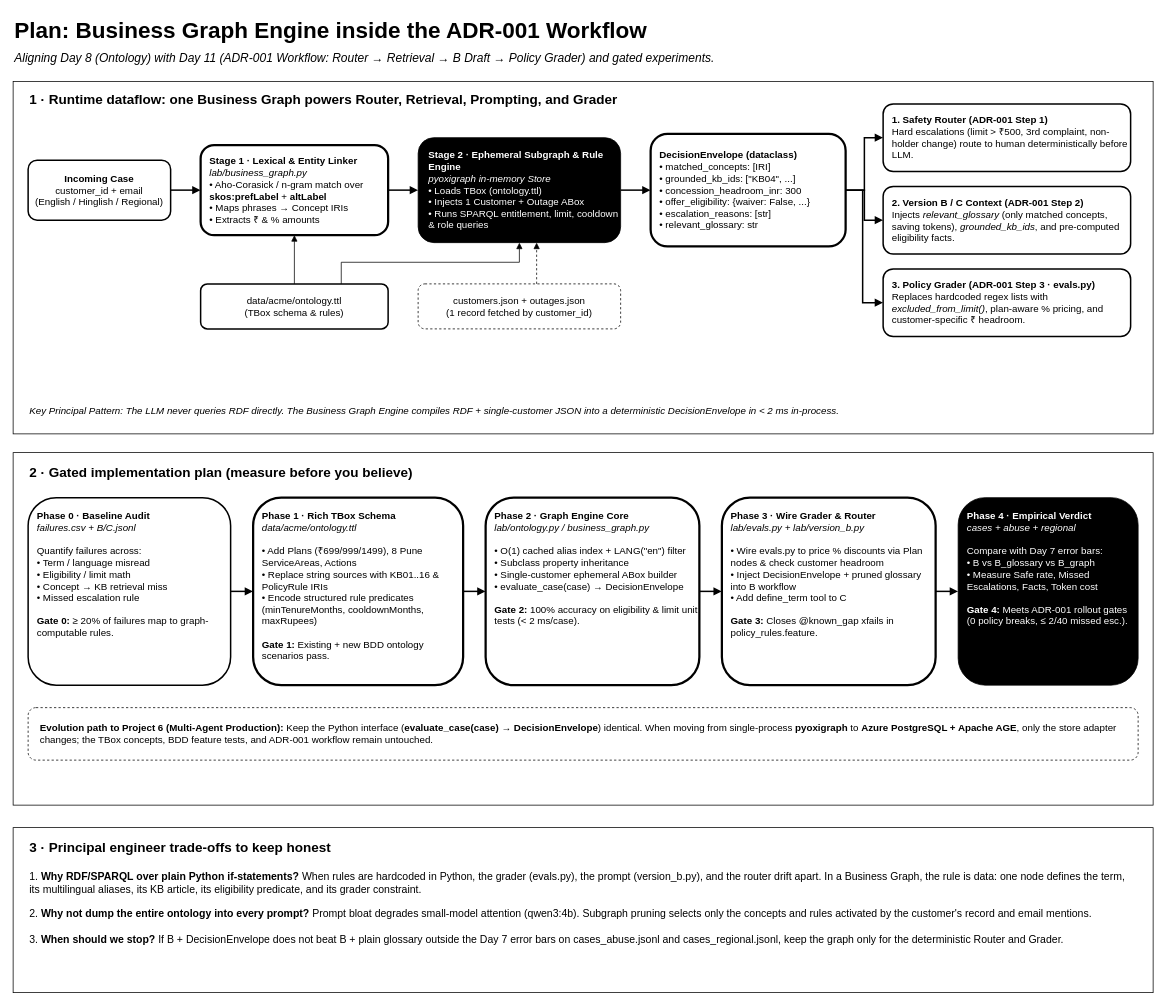
This is page "3 · Engine architecture & plan status" (3 of 5) of fde-first-principles/1-measure-before-you-believe/08-agent-loop-from-scratch/business-graph-engine-plan.drawio from raj-champaneriya-ibm/continuous-learning, a draw.io file, before an edit. Source tidied: cells renumbered, new cells numbered last; positions are measured from the earlier drawing's top-left corner, leaving out a move shared by most shapes. Both pictures are drawn from the tidied source at 75%, with x=0, y=0 at pixel (13, 13).
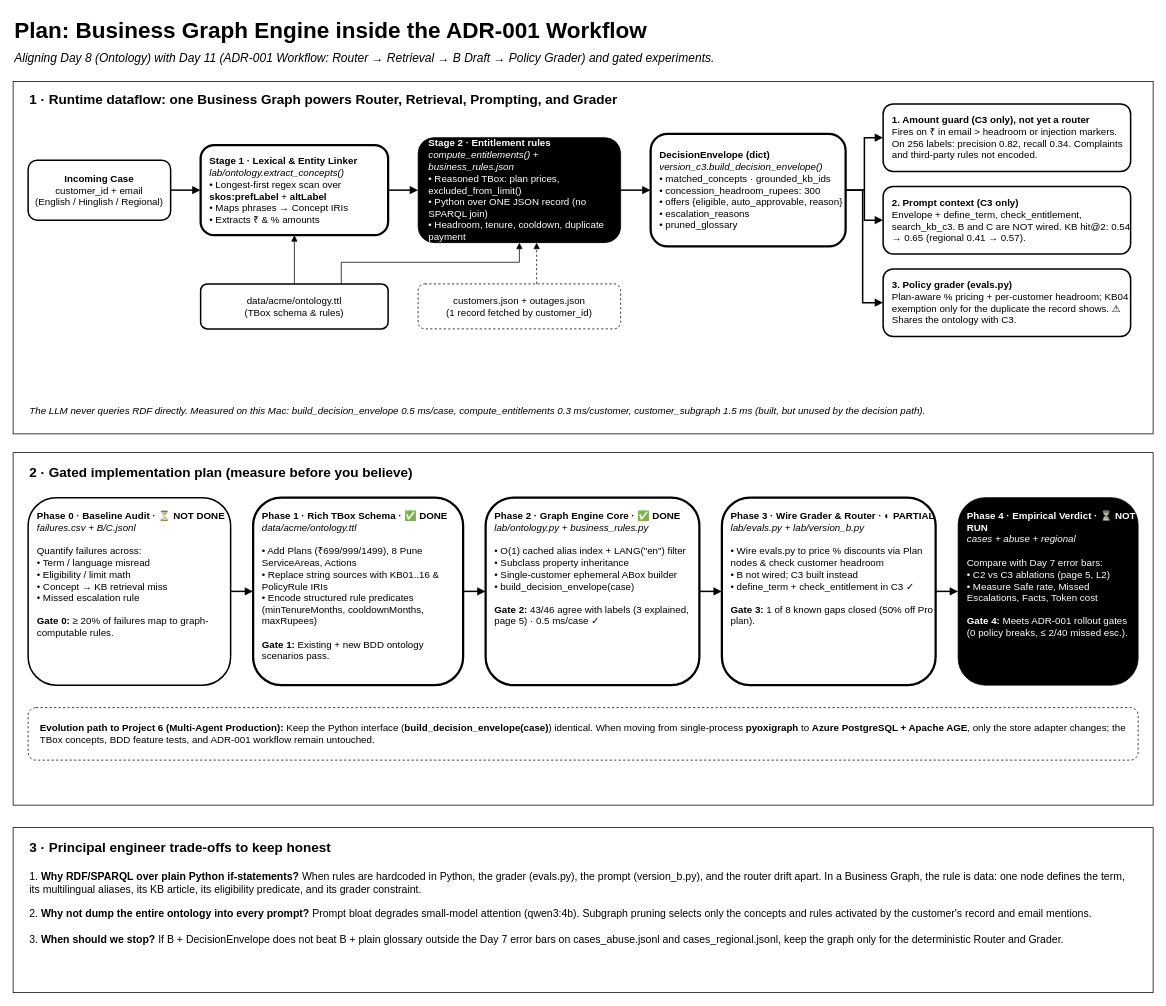
Above is the later version.

Commit message (it also covers changes not shown here):
Refactor policy evaluation logic to improve headroom handling and add double payment refund scenarios

Diff of the diagram source:
```diff
@@
-    <mxCell id="7" value="&lt;b&gt;Stage 1 · Lexical &amp;amp; Entity Linker&lt;/b&gt;&lt;br&gt;&lt;i&gt;lab/business_graph.py&lt;/i&gt;&lt;br&gt;• Aho-Corasick / n-gram match over &lt;b&gt;skos:prefLabel&lt;/b&gt; + &lt;b&gt;altLabel&lt;/b&gt;&lt;br&gt;• Maps phrases → Concept IRIs&lt;br&gt;• Extracts ₹ &amp;amp; % amounts" style="rounded=1;whiteSpace=wrap;html=1;fontFamily=Helvetica;fontSize=13;fillColor=#FFFFFF;strokeColor=#000000;strokeWidth=3;fontColor=#000000;align=left;spacingLeft=10;" parent="1" vertex="1">
+    <mxCell id="7" value="&lt;b&gt;Stage 1 · Lexical &amp;amp; Entity Linker&lt;/b&gt;&lt;br&gt;&lt;i&gt;lab/ontology.extract_concepts()&lt;/i&gt;&lt;br&gt;• Longest-first regex scan over &lt;b&gt;skos:prefLabel&lt;/b&gt; + &lt;b&gt;altLabel&lt;/b&gt;&lt;br&gt;• Maps phrases → Concept IRIs&lt;br&gt;• Extracts ₹ &amp;amp; % amounts" style="rounded=1;whiteSpace=wrap;html=1;fontFamily=Helvetica;fontSize=13;fillColor=#FFFFFF;strokeColor=#000000;strokeWidth=3;fontColor=#000000;align=left;spacingLeft=10;" parent="1" vertex="1">
       <mxGeometry x="250" y="176" width="250" height="120" as="geometry" />
     </mxCell>
-    <mxCell id="8" value="&lt;b&gt;Stage 2 · Ephemeral Subgraph &amp;amp; Rule Engine&lt;/b&gt;&lt;br&gt;&lt;i&gt;pyoxigraph in-memory Store&lt;/i&gt;&lt;br&gt;• Loads TBox (ontology.ttl)&lt;br&gt;• Injects 1 Customer + Outage ABox&lt;br&gt;• Runs SPARQL entitlement, limit, cooldown &amp;amp; role queries" style="rounded=1;whiteSpace=wrap;html=1;fontFamily=Helvetica;fontSize=13;fillColor=#000000;strokeColor=#000000;fontColor=#FFFFFF;align=left;spacingLeft=12;" parent="1" vertex="1">
+    <mxCell id="8" value="&lt;b&gt;Stage 2 · Entitlement rules&lt;/b&gt;&lt;br&gt;&lt;i&gt;compute_entitlements() + business_rules.json&lt;/i&gt;&lt;br&gt;• Reasoned TBox: plan prices, excluded_from_limit()&lt;br&gt;• Python over ONE JSON record (no SPARQL join)&lt;br&gt;• Headroom, tenure, cooldown, duplicate payment" style="rounded=1;whiteSpace=wrap;html=1;fontFamily=Helvetica;fontSize=13;fillColor=#000000;strokeColor=#000000;fontColor=#FFFFFF;align=left;spacingLeft=12;" parent="1" vertex="1">
       <mxGeometry x="540" y="166" width="270" height="140" as="geometry" />
     </mxCell>
-    <mxCell id="9" value="&lt;b&gt;DecisionEnvelope (dataclass)&lt;/b&gt;&lt;br&gt;• matched_concepts: [IRI]&lt;br&gt;• grounded_kb_ids: [&quot;KB04&quot;, ...]&lt;br&gt;• concession_headroom_inr: 300&lt;br&gt;• offer_eligibility: {waiver: False, ...}&lt;br&gt;• escalation_reasons: [str]&lt;br&gt;• relevant_glossary: str" style="rounded=1;whiteSpace=wrap;html=1;fontFamily=Helvetica;fontSize=13;fillColor=#FFFFFF;strokeColor=#000000;strokeWidth=3;fontColor=#000000;align=left;spacingLeft=10;" parent="1" vertex="1">
+    <mxCell id="9" value="&lt;b&gt;DecisionEnvelope (dict)&lt;/b&gt;&lt;br&gt;&lt;i&gt;version_c3.build_decision_envelope()&lt;/i&gt;&lt;br&gt;• matched_concepts · grounded_kb_ids&lt;br&gt;• concession_headroom_rupees: 300&lt;br&gt;• offers {eligible, auto_approvable, reason}&lt;br&gt;• escalation_reasons&lt;br&gt;• pruned_glossary" style="rounded=1;whiteSpace=wrap;html=1;fontFamily=Helvetica;fontSize=13;fillColor=#FFFFFF;strokeColor=#000000;strokeWidth=3;fontColor=#000000;align=left;spacingLeft=10;" parent="1" vertex="1">
       <mxGeometry x="850" y="161" width="260" height="150" as="geometry" />
     </mxCell>
-    <mxCell id="10" value="&lt;b&gt;1. Safety Router (ADR-001 Step 1)&lt;/b&gt;&lt;br&gt;Hard escalations (limit &amp;gt; ₹500, 3rd complaint, non-holder change) route to human deterministically before LLM." style="rounded=1;whiteSpace=wrap;html=1;fontFamily=Helvetica;fontSize=13;fillColor=#FFFFFF;strokeColor=#000000;strokeWidth=2;fontColor=#000000;align=left;spacingLeft=10;" parent="1" vertex="1">
+    <mxCell id="10" value="&lt;b&gt;1. Amount guard (C3 only), not yet a router&lt;/b&gt;&lt;br&gt;Fires on ₹ in email &amp;gt; headroom or injection markers. On 256 labels: precision 0.82, recall 0.34. Complaints and third-party rules not encoded." style="rounded=1;whiteSpace=wrap;html=1;fontFamily=Helvetica;fontSize=13;fillColor=#FFFFFF;strokeColor=#000000;strokeWidth=2;fontColor=#000000;align=left;spacingLeft=10;" parent="1" vertex="1">
       <mxGeometry x="1160" y="121" width="330" height="90" as="geometry" />
     </mxCell>
-    <mxCell id="11" value="&lt;b&gt;2. Version B / C Context (ADR-001 Step 2)&lt;/b&gt;&lt;br&gt;Injects &lt;i&gt;relevant_glossary&lt;/i&gt; (only matched concepts, saving tokens), &lt;i&gt;grounded_kb_ids&lt;/i&gt;, and pre-computed eligibility facts." style="rounded=1;whiteSpace=wrap;html=1;fontFamily=Helvetica;fontSize=13;fillColor=#FFFFFF;strokeColor=#000000;strokeWidth=2;fontColor=#000000;align=left;spacingLeft=10;" parent="1" vertex="1">
+    <mxCell id="11" value="&lt;b&gt;2. Prompt context (C3 only)&lt;/b&gt;&lt;br&gt;Envelope + define_term, check_entitlement, search_kb_c3. B and C are NOT wired. KB hit@2: 0.54 → 0.65 (regional 0.41 → 0.57)." style="rounded=1;whiteSpace=wrap;html=1;fontFamily=Helvetica;fontSize=13;fillColor=#FFFFFF;strokeColor=#000000;strokeWidth=2;fontColor=#000000;align=left;spacingLeft=10;" parent="1" vertex="1">
       <mxGeometry x="1160" y="231" width="330" height="90" as="geometry" />
     </mxCell>
-    <mxCell id="12" value="&lt;b&gt;3. Policy Grader (ADR-001 Step 3 · evals.py)&lt;/b&gt;&lt;br&gt;Replaces hardcoded regex lists with &lt;i&gt;excluded_from_limit()&lt;/i&gt;, plan-aware % pricing, and customer-specific ₹ headroom." style="rounded=1;whiteSpace=wrap;html=1;fontFamily=Helvetica;fontSize=13;fillColor=#FFFFFF;strokeColor=#000000;strokeWidth=2;fontColor=#000000;align=left;spacingLeft=10;" parent="1" vertex="1">
+    <mxCell id="12" value="&lt;b&gt;3. Policy grader (evals.py)&lt;/b&gt;&lt;br&gt;Plan-aware % pricing + per-customer headroom; KB04 exemption only for the duplicate the record shows. ⚠ Shares the ontology with C3." style="rounded=1;whiteSpace=wrap;html=1;fontFamily=Helvetica;fontSize=13;fillColor=#FFFFFF;strokeColor=#000000;strokeWidth=2;fontColor=#000000;align=left;spacingLeft=10;" parent="1" vertex="1">
       <mxGeometry x="1160" y="341" width="330" height="90" as="geometry" />
     </mxCell>
@@
-    <mxCell id="24" value="Key Principal Pattern: The LLM never queries RDF directly. The Business Graph Engine compiles RDF + single-customer JSON into a deterministic DecisionEnvelope in &amp;lt; 2 ms in-process." style="text;html=1;align=left;verticalAlign=top;whiteSpace=wrap;fontFamily=Helvetica;fontSize=13;fontStyle=2;fontColor=#000000;" parent="1" vertex="1">
+    <mxCell id="24" value="The LLM never queries RDF directly. Measured on this Mac: build_decision_envelope 0.5 ms/case, compute_entitlements 0.3 ms/customer, customer_subgraph 1.5 ms (built, but unused by the decision path)." style="text;html=1;align=left;verticalAlign=top;whiteSpace=wrap;fontFamily=Helvetica;fontSize=13;fontStyle=2;fontColor=#000000;" parent="1" vertex="1">
       <mxGeometry x="20" y="516" width="1460" height="30" as="geometry" />
     </mxCell>
@@
-    <mxCell id="27" value="&lt;b&gt;Phase 0 · Baseline Audit&lt;/b&gt;&lt;br&gt;&lt;i&gt;failures.csv + B/C.jsonl&lt;/i&gt;&lt;br&gt;&lt;br&gt;Quantify failures across:&lt;br&gt;• Term / language misread&lt;br&gt;• Eligibility / limit math&lt;br&gt;• Concept → KB retrieval miss&lt;br&gt;• Missed escalation rule&lt;br&gt;&lt;br&gt;&lt;b&gt;Gate 0:&lt;/b&gt; ≥ 20% of failures map to graph-computable rules." style="rounded=1;whiteSpace=wrap;html=1;align=left;verticalAlign=top;spacingLeft=10;spacingTop=10;fontFamily=Helvetica;fontSize=13;fillColor=#FFFFFF;strokeColor=#000000;strokeWidth=2;fontColor=#000000;" parent="1" vertex="1">
+    <mxCell id="27" value="&lt;b&gt;Phase 0 · Baseline Audit · ⏳ NOT DONE&lt;/b&gt;&lt;br&gt;&lt;i&gt;failures.csv + B/C.jsonl&lt;/i&gt;&lt;br&gt;&lt;br&gt;Quantify failures across:&lt;br&gt;• Term / language misread&lt;br&gt;• Eligibility / limit math&lt;br&gt;• Concept → KB retrieval miss&lt;br&gt;• Missed escalation rule&lt;br&gt;&lt;br&gt;&lt;b&gt;Gate 0:&lt;/b&gt; ≥ 20% of failures map to graph-computable rules." style="rounded=1;whiteSpace=wrap;html=1;align=left;verticalAlign=top;spacingLeft=10;spacingTop=10;fontFamily=Helvetica;fontSize=13;fillColor=#FFFFFF;strokeColor=#000000;strokeWidth=2;fontColor=#000000;" parent="1" vertex="1">
       <mxGeometry x="20" y="646" width="270" height="250" as="geometry" />
     </mxCell>
-    <mxCell id="28" value="&lt;b&gt;Phase 1 · Rich TBox Schema&lt;/b&gt;&lt;br&gt;&lt;i&gt;data/acme/ontology.ttl&lt;/i&gt;&lt;br&gt;&lt;br&gt;• Add Plans (₹699/999/1499), 8 Pune ServiceAreas, Actions&lt;br&gt;• Replace string sources with KB01..16 &amp;amp; PolicyRule IRIs&lt;br&gt;• Encode structured rule predicates (minTenureMonths, cooldownMonths, maxRupees)&lt;br&gt;&lt;br&gt;&lt;b&gt;Gate 1:&lt;/b&gt; Existing + new BDD ontology scenarios pass." style="rounded=1;whiteSpace=wrap;html=1;align=left;verticalAlign=top;spacingLeft=10;spacingTop=10;fontFamily=Helvetica;fontSize=13;fillColor=#FFFFFF;strokeColor=#000000;strokeWidth=3;fontColor=#000000;" parent="1" vertex="1">
+    <mxCell id="28" value="&lt;b&gt;Phase 1 · Rich TBox Schema · ✅ DONE&lt;/b&gt;&lt;br&gt;&lt;i&gt;data/acme/ontology.ttl&lt;/i&gt;&lt;br&gt;&lt;br&gt;• Add Plans (₹699/999/1499), 8 Pune ServiceAreas, Actions&lt;br&gt;• Replace string sources with KB01..16 &amp;amp; PolicyRule IRIs&lt;br&gt;• Encode structured rule predicates (minTenureMonths, cooldownMonths, maxRupees)&lt;br&gt;&lt;br&gt;&lt;b&gt;Gate 1:&lt;/b&gt; Existing + new BDD ontology scenarios pass." style="rounded=1;whiteSpace=wrap;html=1;align=left;verticalAlign=top;spacingLeft=10;spacingTop=10;fontFamily=Helvetica;fontSize=13;fillColor=#FFFFFF;strokeColor=#000000;strokeWidth=3;fontColor=#000000;" parent="1" vertex="1">
       <mxGeometry x="320" y="646" width="280" height="250" as="geometry" />
     </mxCell>
-    <mxCell id="29" value="&lt;b&gt;Phase 2 · Graph Engine Core&lt;/b&gt;&lt;br&gt;&lt;i&gt;lab/ontology.py / business_graph.py&lt;/i&gt;&lt;br&gt;&lt;br&gt;• O(1) cached alias index + LANG(&quot;en&quot;) filter&lt;br&gt;• Subclass property inheritance&lt;br&gt;• Single-customer ephemeral ABox builder&lt;br&gt;• evaluate_case(case) → DecisionEnvelope&lt;br&gt;&lt;br&gt;&lt;b&gt;Gate 2:&lt;/b&gt; 100% accuracy on eligibility &amp;amp; limit unit tests (&amp;lt; 2 ms/case)." style="rounded=1;whiteSpace=wrap;html=1;align=left;verticalAlign=top;spacingLeft=10;spacingTop=10;fontFamily=Helvetica;fontSize=13;fillColor=#FFFFFF;strokeColor=#000000;strokeWidth=3;fontColor=#000000;" parent="1" vertex="1">
+    <mxCell id="29" value="&lt;b&gt;Phase 2 · Graph Engine Core · ✅ DONE&lt;/b&gt;&lt;br&gt;&lt;i&gt;lab/ontology.py + business_rules.py&lt;/i&gt;&lt;br&gt;&lt;br&gt;• O(1) cached alias index + LANG(&quot;en&quot;) filter&lt;br&gt;• Subclass property inheritance&lt;br&gt;• Single-customer ephemeral ABox builder&lt;br&gt;• build_decision_envelope(case)&lt;br&gt;&lt;br&gt;&lt;b&gt;Gate 2:&lt;/b&gt; 43/46 agree with labels (3 explained, page 5) · 0.5 ms/case ✓" style="rounded=1;whiteSpace=wrap;html=1;align=left;verticalAlign=top;spacingLeft=10;spacingTop=10;fontFamily=Helvetica;fontSize=13;fillColor=#FFFFFF;strokeColor=#000000;strokeWidth=3;fontColor=#000000;" parent="1" vertex="1">
       <mxGeometry x="630" y="646" width="285" height="250" as="geometry" />
     </mxCell>
-    <mxCell id="30" value="&lt;b&gt;Phase 3 · Wire Grader &amp;amp; Router&lt;/b&gt;&lt;br&gt;&lt;i&gt;lab/evals.py + lab/version_b.py&lt;/i&gt;&lt;br&gt;&lt;br&gt;• Wire evals.py to price % discounts via Plan nodes &amp;amp; check customer headroom&lt;br&gt;• Inject DecisionEnvelope + pruned glossary into B workflow&lt;br&gt;• Add define_term tool to C&lt;br&gt;&lt;br&gt;&lt;b&gt;Gate 3:&lt;/b&gt; Closes @known_gap xfails in policy_rules.feature." style="rounded=1;whiteSpace=wrap;html=1;align=left;verticalAlign=top;spacingLeft=10;spacingTop=10;fontFamily=Helvetica;fontSize=13;fillColor=#FFFFFF;strokeColor=#000000;strokeWidth=3;fontColor=#000000;" parent="1" vertex="1">
+    <mxCell id="30" value="&lt;b&gt;Phase 3 · Wire Grader &amp;amp; Router · ◐ PARTIAL&lt;/b&gt;&lt;br&gt;&lt;i&gt;lab/evals.py + lab/version_b.py&lt;/i&gt;&lt;br&gt;&lt;br&gt;• Wire evals.py to price % discounts via Plan nodes &amp;amp; check customer headroom&lt;br&gt;• B not wired; C3 built instead&lt;br&gt;• define_term + check_entitlement in C3 ✓&lt;br&gt;&lt;br&gt;&lt;b&gt;Gate 3:&lt;/b&gt; 1 of 8 known gaps closed (50% off Pro plan)." style="rounded=1;whiteSpace=wrap;html=1;align=left;verticalAlign=top;spacingLeft=10;spacingTop=10;fontFamily=Helvetica;fontSize=13;fillColor=#FFFFFF;strokeColor=#000000;strokeWidth=3;fontColor=#000000;" parent="1" vertex="1">
       <mxGeometry x="945" y="646" width="285" height="250" as="geometry" />
     </mxCell>
-    <mxCell id="31" value="&lt;b&gt;Phase 4 · Empirical Verdict&lt;/b&gt;&lt;br&gt;&lt;i&gt;cases + abuse + regional&lt;/i&gt;&lt;br&gt;&lt;br&gt;Compare with Day 7 error bars:&lt;br&gt;• B vs B_glossary vs B_graph&lt;br&gt;• Measure Safe rate, Missed Escalations, Facts, Token cost&lt;br&gt;&lt;br&gt;&lt;b&gt;Gate 4:&lt;/b&gt; Meets ADR-001 rollout gates (0 policy breaks, ≤ 2/40 missed esc.)." style="rounded=1;whiteSpace=wrap;html=1;align=left;verticalAlign=top;spacingLeft=10;spacingTop=10;fontFamily=Helvetica;fontSize=13;fillColor=#000000;strokeColor=#000000;fontColor=#FFFFFF;" parent="1" vertex="1">
+    <mxCell id="31" value="&lt;b&gt;Phase 4 · Empirical Verdict · ⏳ NOT RUN&lt;/b&gt;&lt;br&gt;&lt;i&gt;cases + abuse + regional&lt;/i&gt;&lt;br&gt;&lt;br&gt;Compare with Day 7 error bars:&lt;br&gt;• C2 vs C3 ablations (page 5, L2)&lt;br&gt;• Measure Safe rate, Missed Escalations, Facts, Token cost&lt;br&gt;&lt;br&gt;&lt;b&gt;Gate 4:&lt;/b&gt; Meets ADR-001 rollout gates (0 policy breaks, ≤ 2/40 missed esc.)." style="rounded=1;whiteSpace=wrap;html=1;align=left;verticalAlign=top;spacingLeft=10;spacingTop=10;fontFamily=Helvetica;fontSize=13;fillColor=#000000;strokeColor=#000000;fontColor=#FFFFFF;" parent="1" vertex="1">
       <mxGeometry x="1260" y="646" width="240" height="250" as="geometry" />
     </mxCell>
@@
-    <mxCell id="36" value="&lt;b&gt;Evolution path to Project 6 (Multi-Agent Production):&lt;/b&gt; Keep the Python interface (&lt;b&gt;evaluate_case(case) → DecisionEnvelope&lt;/b&gt;) identical. When moving from single-process &lt;b&gt;pyoxigraph&lt;/b&gt; to &lt;b&gt;Azure PostgreSQL + Apache AGE&lt;/b&gt;, only the store adapter changes; the TBox concepts, BDD feature tests, and ADR-001 workflow remain untouched." style="rounded=1;whiteSpace=wrap;html=1;align=left;spacingLeft=14;fontFamily=Helvetica;fontSize=13;fillColor=#FFFFFF;strokeColor=#000000;dashed=1;fontColor=#000000;" parent="1" vertex="1">
+    <mxCell id="36" value="&lt;b&gt;Evolution path to Project 6 (Multi-Agent Production):&lt;/b&gt; Keep the Python interface (&lt;b&gt;build_decision_envelope(case)&lt;/b&gt;) identical. When moving from single-process &lt;b&gt;pyoxigraph&lt;/b&gt; to &lt;b&gt;Azure PostgreSQL + Apache AGE&lt;/b&gt;, only the store adapter changes; the TBox concepts, BDD feature tests, and ADR-001 workflow remain untouched." style="rounded=1;whiteSpace=wrap;html=1;align=left;spacingLeft=14;fontFamily=Helvetica;fontSize=13;fillColor=#FFFFFF;strokeColor=#000000;dashed=1;fontColor=#000000;" parent="1" vertex="1">
       <mxGeometry x="20" y="926" width="1480" height="70" as="geometry" />
     </mxCell>
```
